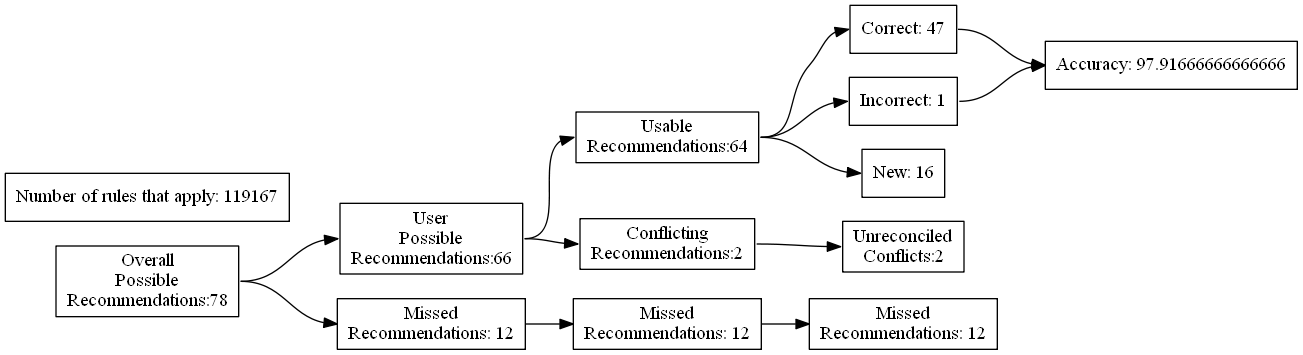
ZaxR/ibd_diet_analysis keeps this Graphviz diagram as test_renders/22.gv.png. Above is the earlier version. Its source is kept beside it as test_renders/22.gv.
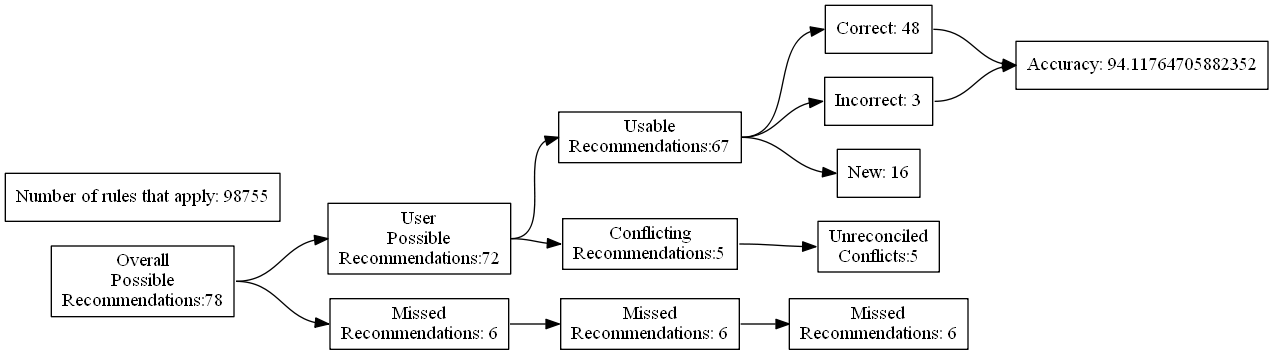
The same diagram one commit later.

The edit, as a diff of the source:
```diff
@@ -7,24 +7,24 @@
 Recommendations:78"]
 		B [label="User
 Possible
-Recommendations:66"]
+Recommendations:72"]
 		C [label="Missed
-Recommendations: 12"]
+Recommendations: 6"]
 		D [label="Usable
-Recommendations:64"]
+Recommendations:67"]
 		E [label="Conflicting
-Recommendations:2"]
+Recommendations:5"]
 		J [label="Missed
-Recommendations: 12"]
+Recommendations: 6"]
 		M [label="Unreconciled
-Conflicts:2"]
-		F [label="Correct: 47"]
-		G [label="Incorrect: 1"]
+Conflicts:5"]
+		F [label="Correct: 48"]
+		G [label="Incorrect: 3"]
 		H [label="New: 16"]
 		K [label="Missed
-Recommendations: 12"]
-		I [label="Accuracy: 97.91666666666666"]
-		l [label="Number of rules that apply: 119167"]
+Recommendations: 6"]
+		I [label="Accuracy: 94.11764705882352"]
+		l [label="Number of rules that apply: 98755"]
 			A -> B
 			A -> C
 			B -> D
```
